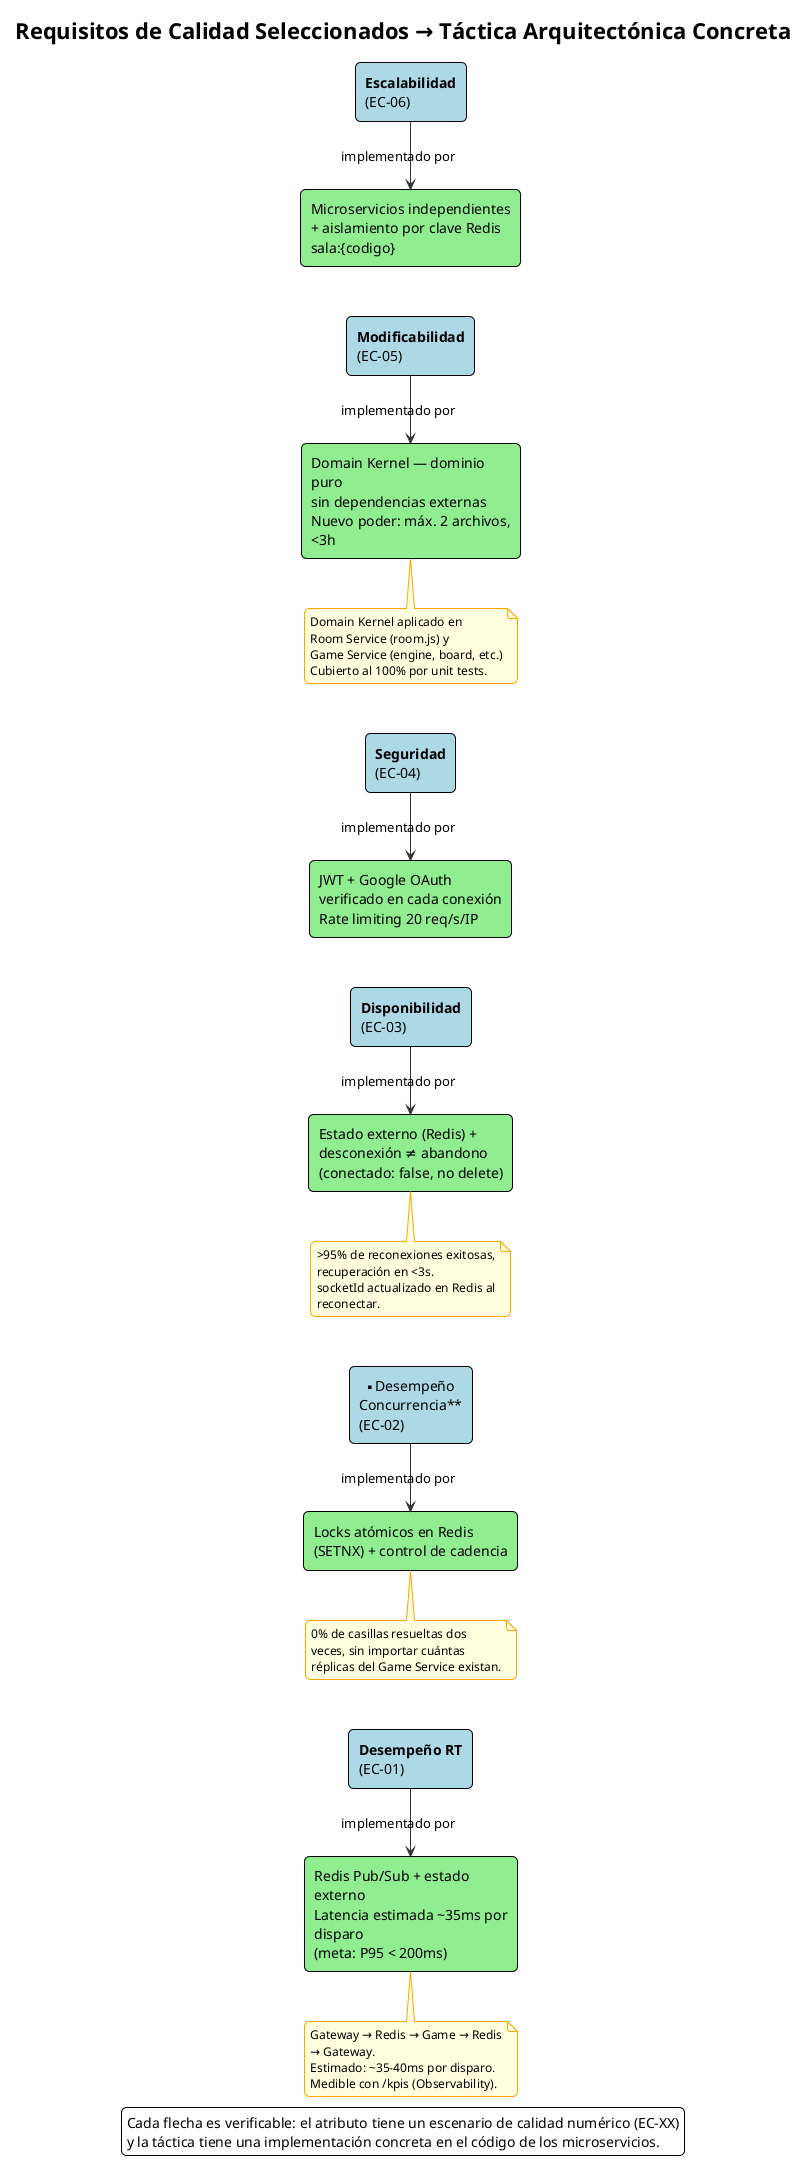
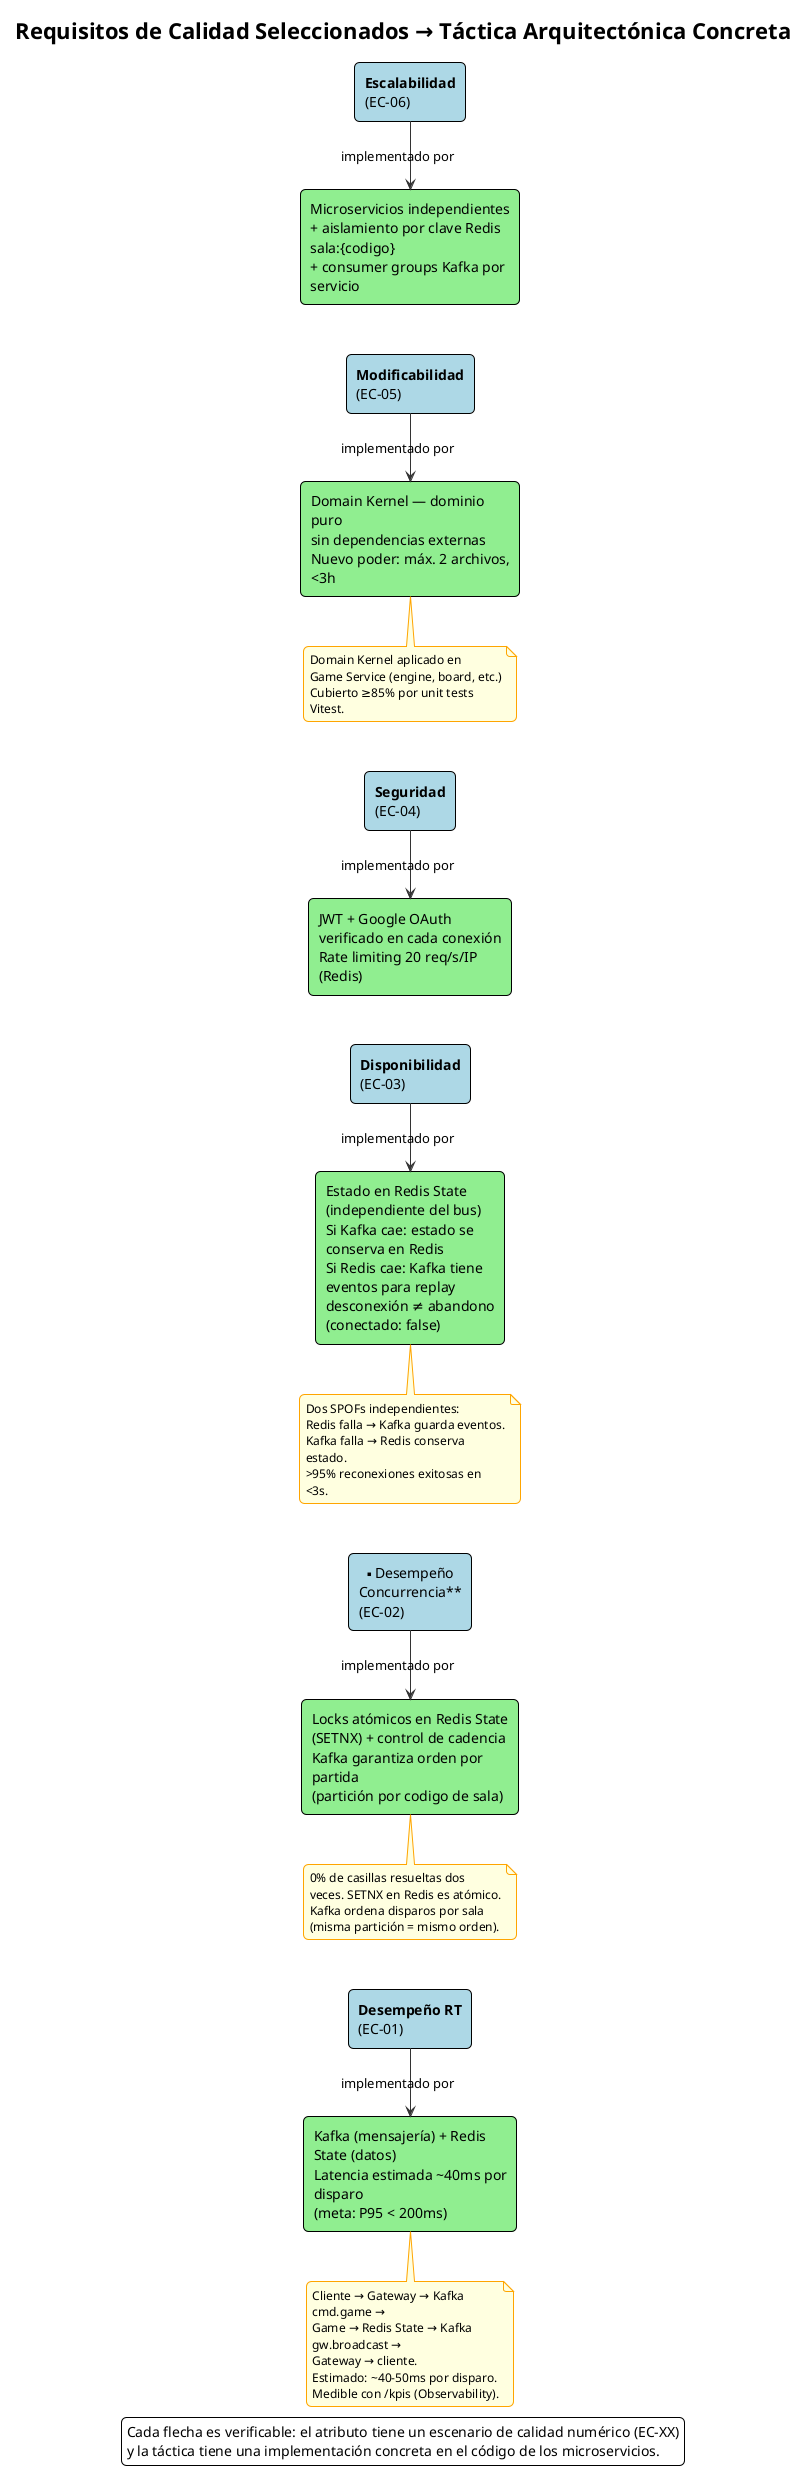
@startuml 03-tacticas-por-atributo-calidad

title Requisitos de Calidad Seleccionados → Táctica Arquitectónica Concreta

!theme plain
left to right direction
skinparam defaultFontName Consolas
skinparam wrapWidth 200
skinparam nodesep 50
skinparam ranksep 90
skinparam shadowing false
skinparam roundCorner 10
skinparam rectangle {
  BackgroundColor White
  BorderColor Black
  FontSize 14
}
skinparam note {
  BackgroundColor LightYellow
  BorderColor Orange
  FontSize 12
}
skinparam ArrowColor #333333

rectangle "**Desempeño RT**\n(EC-01)" as Q0 #LightBlue
rectangle "**Desempeño\nConcurrencia**\n(EC-02)" as Q1 #LightBlue
rectangle "**Disponibilidad**\n(EC-03)" as Q2 #LightBlue
rectangle "**Seguridad**\n(EC-04)" as Q3 #LightBlue
rectangle "**Modificabilidad**\n(EC-05)" as Q5 #LightBlue
rectangle "**Escalabilidad**\n(EC-06)" as Q4 #LightBlue

- rectangle "Redis Pub/Sub + estado externo\nLatencia estimada ~35ms por disparo\n(meta: P95 < 200ms)" as T0 #LightGreen
- rectangle "Locks atómicos en Redis\n(SETNX) + control de cadencia" as T1 #LightGreen
- rectangle "Estado externo (Redis) +\ndesconexión ≠ abandono\n(conectado: false, no delete)" as T2 #LightGreen
- rectangle "JWT + Google OAuth\nverificado en cada conexión\nRate limiting 20 req/s/IP" as T3 #LightGreen
+ rectangle "Kafka (mensajería) + Redis State (datos)\nLatencia estimada ~40ms por disparo\n(meta: P95 < 200ms)" as T0 #LightGreen
+ rectangle "Locks atómicos en Redis State\n(SETNX) + control de cadencia\nKafka garantiza orden por partida\n(partición por codigo de sala)" as T1 #LightGreen
+ rectangle "Estado en Redis State (independiente del bus)\nSi Kafka cae: estado se conserva en Redis\nSi Redis cae: Kafka tiene eventos para replay\ndesconexión ≠ abandono (conectado: false)" as T2 #LightGreen
+ rectangle "JWT + Google OAuth\nverificado en cada conexión\nRate limiting 20 req/s/IP (Redis)" as T3 #LightGreen
rectangle "Domain Kernel — dominio puro\nsin dependencias externas\nNuevo poder: máx. 2 archivos, <3h" as T5 #LightGreen
- rectangle "Microservicios independientes\n+ aislamiento por clave Redis\nsala:{codigo}" as T4 #LightGreen
+ rectangle "Microservicios independientes\n+ aislamiento por clave Redis\nsala:{codigo}\n+ consumer groups Kafka por servicio" as T4 #LightGreen

Q0 -right-> T0 : implementado por
Q1 -right-> T1 : implementado por
Q2 -right-> T2 : implementado por
Q3 -right-> T3 : implementado por
Q5 -right-> T5 : implementado por
Q4 -right-> T4 : implementado por

note bottom of T0
-   Gateway → Redis → Game → Redis → Gateway.
-   Estimado: ~35-40ms por disparo.
+   Cliente → Gateway → Kafka cmd.game →
+   Game → Redis State → Kafka gw.broadcast →
+   Gateway → cliente.
+   Estimado: ~40-50ms por disparo.
  Medible con /kpis (Observability).
end note

note bottom of T1
  0% de casillas resueltas dos
-   veces, sin importar cuántas
-   réplicas del Game Service existan.
+   veces. SETNX en Redis es atómico.
+   Kafka ordena disparos por sala
+   (misma partición = mismo orden).
end note

note bottom of T2
-   >95% de reconexiones exitosas,
-   recuperación en <3s.
-   socketId actualizado en Redis al reconectar.
+   Dos SPOFs independientes:
+   Redis falla → Kafka guarda eventos.
+   Kafka falla → Redis conserva estado.
+   >95% reconexiones exitosas en <3s.
end note

note bottom of T5
  Domain Kernel aplicado en
-   Room Service (room.js) y
  Game Service (engine, board, etc.)
-   Cubierto al 100% por unit tests.
+   Cubierto ≥85% por unit tests Vitest.
end note

legend bottom center
  Cada flecha es verificable: el atributo tiene un escenario de calidad numérico (EC-XX)
  y la táctica tiene una implementación concreta en el código de los microservicios.
end legend

@enduml
